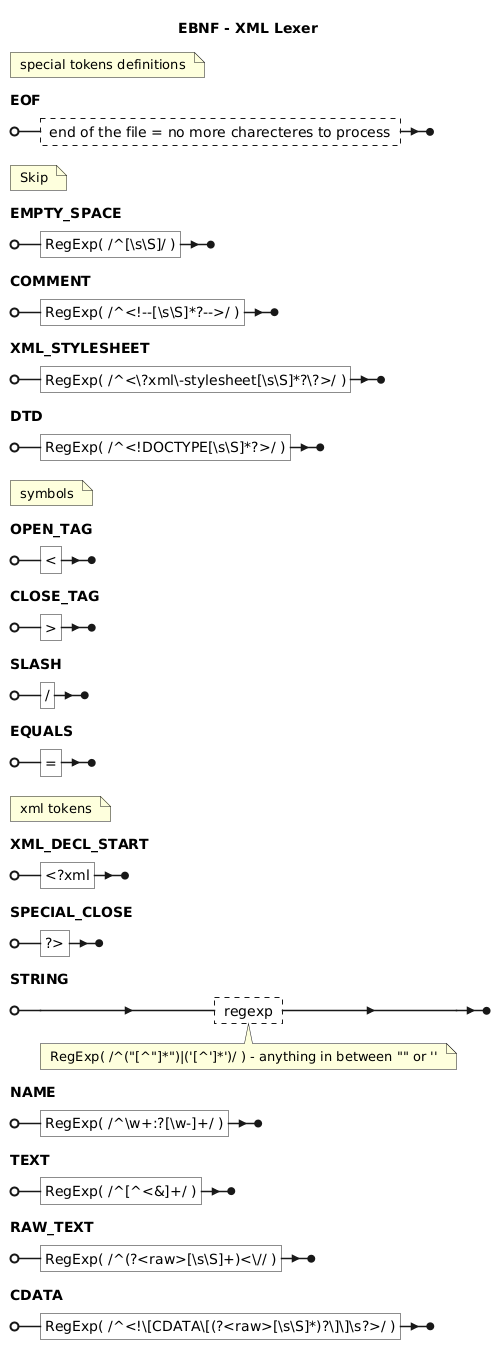
Above: implementations/ts-parser-xml/assets/images/lexer.png in erkobridee/ds-ast (PlantUML), before the change.
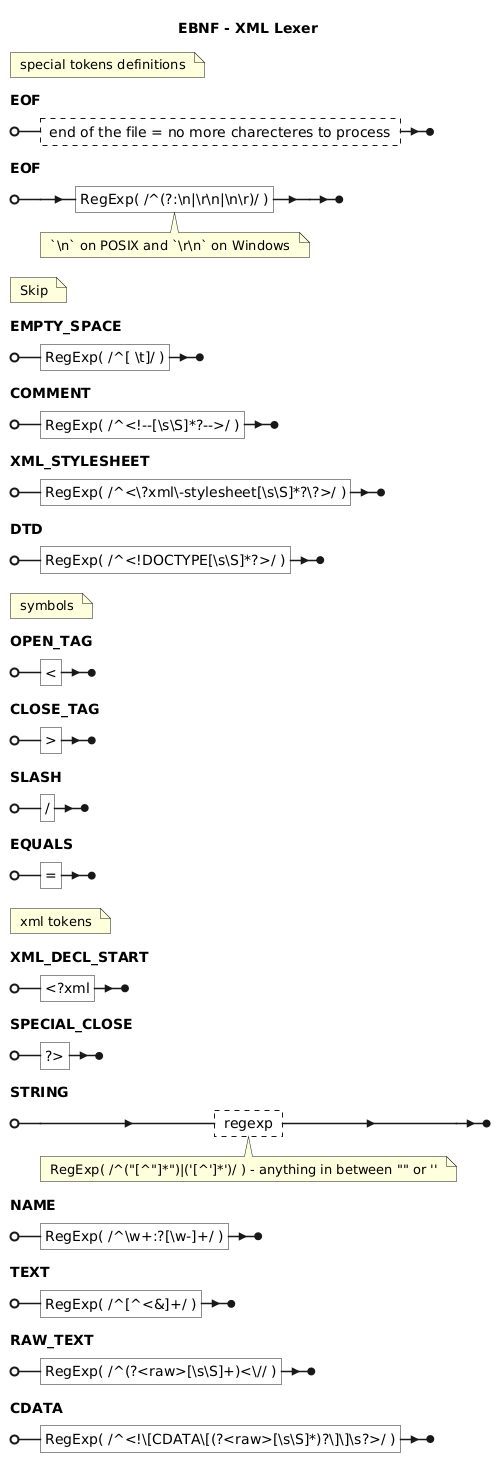
After the commit.

Commit message:
update( ts-parser-xml): docs

Change to the diagram source:
```diff
@@ -5,10 +5,11 @@
 
 EOF = ? end of the file = no more charecteres to process ? ;
 
+EOF = "RegExp( /^(?:\n|\r\n|\n\r)/ )" (* `\\n` on POSIX and `\\r\\n` on Windows *) ;
 
 (* Skip *)
 
-EMPTY_SPACE = "RegExp( /^[\s\S]/ )" ;
+EMPTY_SPACE = "RegExp( /^[ \t]/ )" ;
 
 COMMENT = "RegExp( /^<!--[\s\S]*?-->/ )" ;
 
```
